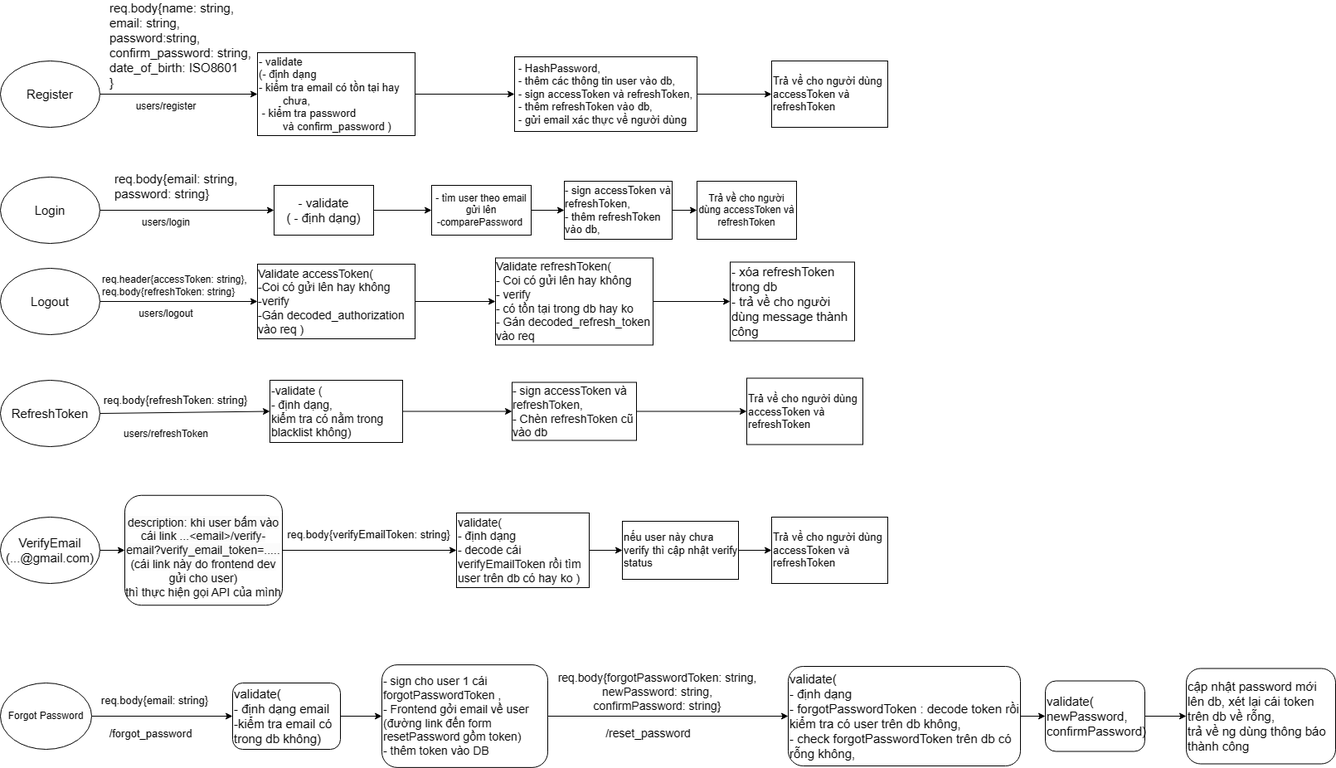
This is processes.drawio.png from nghia111/Twitter_API, a draw.io export, as it was before one commit. Source tidied: cells renumbered, new cells last; positions are measured from the earlier drawing's top-left corner, leaving out a move shared by most shapes.
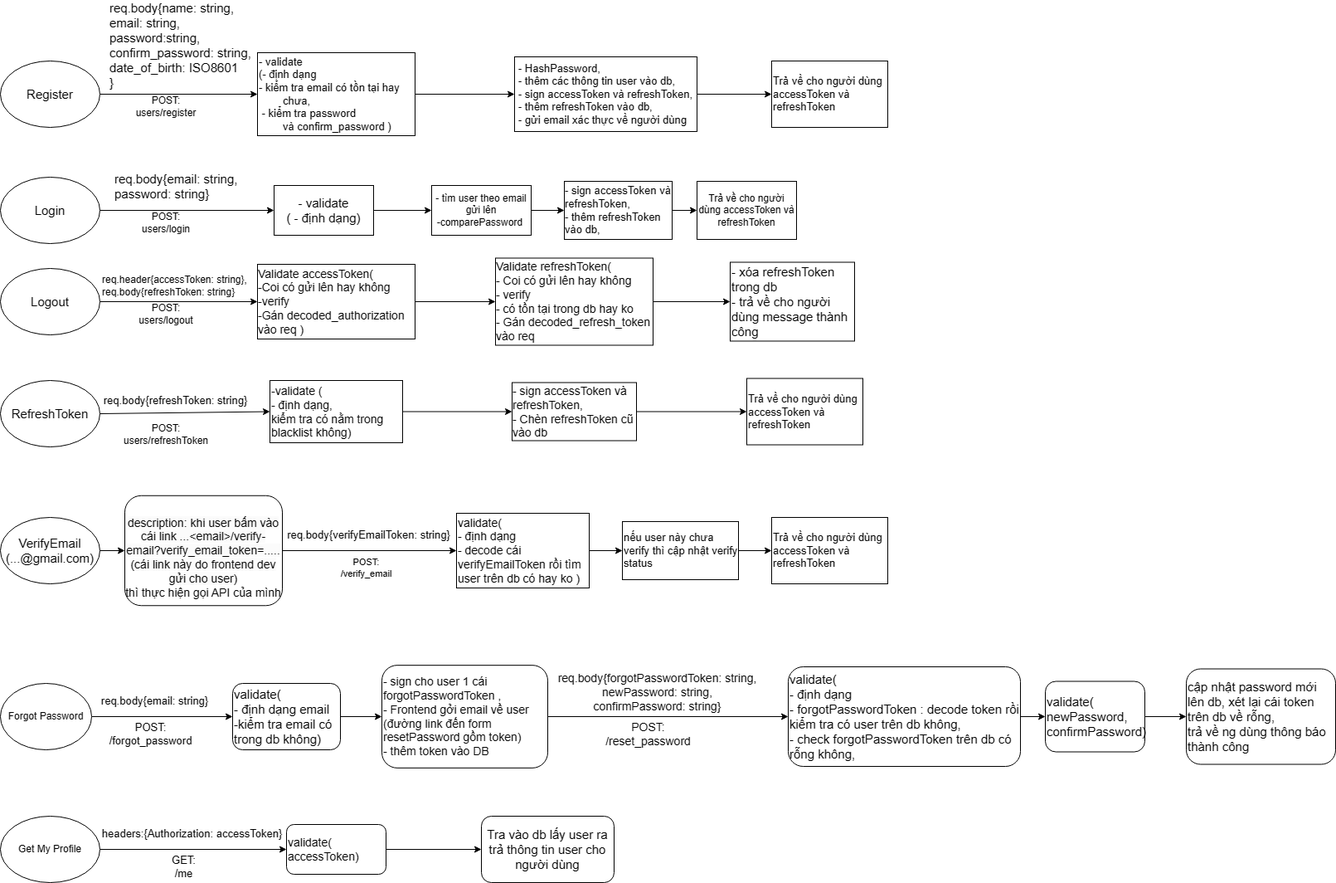
Later version of the same file.

Commit message:
Cập nhật processes.drawio.png

The edit, as a diff of the source:
```diff
@@ -100,16 +100,16 @@
         <mxPoint x="-1" y="-15" as="offset" />
       </mxGeometry>
     </mxCell>
-    <mxCell id="32" value="users/register" style="text;html=1;strokeColor=none;fillColor=none;align=center;verticalAlign=middle;whiteSpace=wrap;rounded=0;" parent="1" vertex="1">
+    <mxCell id="32" value="POST: users/register" style="text;html=1;strokeColor=none;fillColor=none;align=center;verticalAlign=middle;whiteSpace=wrap;rounded=0;" parent="1" vertex="1">
       <mxGeometry x="170" y="50" width="60" height="30" as="geometry" />
     </mxCell>
-    <mxCell id="33" value="users/login" style="text;html=1;strokeColor=none;fillColor=none;align=center;verticalAlign=middle;whiteSpace=wrap;rounded=0;" parent="1" vertex="1">
+    <mxCell id="33" value="POST: users/login" style="text;html=1;strokeColor=none;fillColor=none;align=center;verticalAlign=middle;whiteSpace=wrap;rounded=0;" parent="1" vertex="1">
       <mxGeometry x="170" y="190" width="60" height="30" as="geometry" />
     </mxCell>
-    <mxCell id="34" value="users/logout" style="text;html=1;strokeColor=none;fillColor=none;align=center;verticalAlign=middle;whiteSpace=wrap;rounded=0;" parent="1" vertex="1">
+    <mxCell id="34" value="POST: users/logout" style="text;html=1;strokeColor=none;fillColor=none;align=center;verticalAlign=middle;whiteSpace=wrap;rounded=0;" parent="1" vertex="1">
       <mxGeometry x="170" y="300" width="60" height="30" as="geometry" />
     </mxCell>
-    <mxCell id="35" value="users/refreshToken" style="text;html=1;strokeColor=none;fillColor=none;align=center;verticalAlign=middle;whiteSpace=wrap;rounded=0;" parent="1" vertex="1">
+    <mxCell id="35" value="POST: users/refreshToken" style="text;html=1;strokeColor=none;fillColor=none;align=center;verticalAlign=middle;whiteSpace=wrap;rounded=0;" parent="1" vertex="1">
       <mxGeometry x="170" y="445" width="60" height="30" as="geometry" />
     </mxCell>
     <mxCell id="36" style="endArrow=classic;html=1;rounded=0;exitX=1;exitY=0.5;exitDx=0;exitDy=0;" parent="1" edge="1" source="29" target="37">
@@ -138,6 +138,11 @@
         <mxPoint x="30" y="-20" as="offset" />
       </mxGeometry>
     </mxCell>
+    <mxCell id="65" value="POST:&lt;br&gt;/verify_email" style="edgeLabel;html=1;align=center;verticalAlign=middle;" parent="42" vertex="1">
+      <mxGeometry x="0.02" y="1" relative="1" as="geometry">
+        <mxPoint x="-7" y="21" as="offset" />
+      </mxGeometry>
+    </mxCell>
     <mxCell id="44" value="&lt;font style=&quot;font-size: 14px;&quot;&gt;&lt;br&gt;&lt;span style=&quot;color: rgb(0, 0, 0); font-family: Helvetica; font-style: normal; font-variant-ligatures: normal; font-variant-caps: normal; font-weight: 400; letter-spacing: normal; orphans: 2; text-align: left; text-indent: 0px; text-transform: none; widows: 2; word-spacing: 0px; -webkit-text-stroke-width: 0px; background-color: rgb(251, 251, 251); text-decoration-thickness: initial; text-decoration-style: initial; text-decoration-color: initial; float: none; display: inline !important;&quot;&gt;description: khi user bấm vào cái link ...&amp;lt;email&amp;gt;/verify-email?verify_email_token=.....&lt;/span&gt;&lt;br style=&quot;border-color: var(--border-color); color: rgb(0, 0, 0); font-family: Helvetica; font-style: normal; font-variant-ligatures: normal; font-variant-caps: normal; font-weight: 400; letter-spacing: normal; orphans: 2; text-align: left; text-indent: 0px; text-transform: none; widows: 2; word-spacing: 0px; -webkit-text-stroke-width: 0px; background-color: rgb(251, 251, 251); text-decoration-thickness: initial; text-decoration-style: initial; text-decoration-color: initial;&quot;&gt;&lt;span style=&quot;color: rgb(0, 0, 0); font-family: Helvetica; font-style: normal; font-variant-ligatures: normal; font-variant-caps: normal; font-weight: 400; letter-spacing: normal; orphans: 2; text-align: left; text-indent: 0px; text-transform: none; widows: 2; word-spacing: 0px; -webkit-text-stroke-width: 0px; background-color: rgb(251, 251, 251); text-decoration-thickness: initial; text-decoration-style: initial; text-decoration-color: initial; float: none; display: inline !important;&quot;&gt;(cái link này do frontend dev gửi cho user)&lt;br&gt;&lt;/span&gt;thì thực hiện gọi API của mình&lt;/font&gt;" style="rounded=1;whiteSpace=wrap;html=1;" parent="1" vertex="1">
       <mxGeometry x="150" y="533.8" width="190" height="132.5" as="geometry" />
     </mxCell>
@@ -173,7 +178,7 @@
     <mxCell id="54" value="&lt;font style=&quot;font-size: 15px;&quot;&gt;validate(&lt;br&gt;- định dạng email&lt;br&gt;-kiểm tra email có trong db không)&lt;/font&gt;" style="rounded=1;whiteSpace=wrap;html=1;align=left;" parent="1" vertex="1">
       <mxGeometry x="280" y="760" width="130" height="80" as="geometry" />
     </mxCell>
-    <mxCell id="55" value="&lt;font style=&quot;font-size: 13px;&quot;&gt;/forgot_password&lt;/font&gt;" style="edgeLabel;html=1;align=center;verticalAlign=middle;" parent="1" vertex="1">
+    <mxCell id="55" value="&lt;font style=&quot;font-size: 13px;&quot;&gt;POST:&lt;br&gt;/forgot_password&lt;/font&gt;" style="edgeLabel;html=1;align=center;verticalAlign=middle;" parent="1" vertex="1">
       <mxGeometry x="180" y="820" as="geometry" />
     </mxCell>
     <mxCell id="56" style="edgeStyle=orthogonalEdgeStyle;rounded=0;jettySize=auto;html=1;entryX=0;entryY=0.5;entryDx=0;entryDy=0;" parent="1" edge="1" source="59" target="61">
@@ -184,7 +189,7 @@
         <mxPoint x="14" y="-33" as="offset" />
       </mxGeometry>
     </mxCell>
-    <mxCell id="58" value="&lt;font style=&quot;font-size: 14px;&quot;&gt;/reset_password&lt;/font&gt;" style="edgeLabel;html=1;align=center;verticalAlign=middle;" parent="56" vertex="1">
+    <mxCell id="58" value="&lt;font style=&quot;font-size: 14px;&quot;&gt;POST: &lt;br&gt;/reset_password&lt;/font&gt;" style="edgeLabel;html=1;align=center;verticalAlign=middle;" parent="56" vertex="1">
       <mxGeometry x="0.52" y="4" relative="1" as="geometry">
         <mxPoint x="-101" y="24" as="offset" />
       </mxGeometry>
@@ -207,5 +212,30 @@
     <mxCell id="64" value="&lt;font style=&quot;font-size: 15px;&quot;&gt;cập nhật password mới lên db, xét lại cái token trên db về rỗng,&lt;br&gt;trả về ng dùng thông báo thành công&lt;/font&gt;" style="whiteSpace=wrap;html=1;align=left;rounded=1;" parent="1" vertex="1">
       <mxGeometry x="1430" y="742.5" width="180" height="115" as="geometry" />
     </mxCell>
+    <mxCell id="66" style="edgeStyle=orthogonalEdgeStyle;rounded=0;jettySize=auto;html=1;entryX=0;entryY=0.5;entryDx=0;entryDy=0;" parent="1" edge="1" source="69" target="71">
+      <mxGeometry relative="1" as="geometry" />
+    </mxCell>
+    <mxCell id="67" value="&lt;font style=&quot;font-size: 13px;&quot;&gt;headers:{Authorization: accessToken}&lt;/font&gt;" style="edgeLabel;html=1;align=center;verticalAlign=middle;" parent="66" vertex="1">
+      <mxGeometry x="0.02" y="-2" relative="1" as="geometry">
+        <mxPoint x="-5" y="-22" as="offset" />
+      </mxGeometry>
+    </mxCell>
+    <mxCell id="68" value="&lt;font style=&quot;font-size: 13px;&quot;&gt;GET: &lt;br&gt;/me&lt;/font&gt;" style="edgeLabel;html=1;align=center;verticalAlign=middle;" parent="66" vertex="1">
+      <mxGeometry x="0.08" y="2" relative="1" as="geometry">
+        <mxPoint x="-22" y="22" as="offset" />
+      </mxGeometry>
+    </mxCell>
+    <mxCell id="69" value="Get My Profile" style="ellipse;whiteSpace=wrap;html=1;" parent="1" vertex="1">
+      <mxGeometry y="920" width="120" height="80" as="geometry" />
+    </mxCell>
+    <mxCell id="70" style="edgeStyle=orthogonalEdgeStyle;rounded=0;jettySize=auto;html=1;" parent="1" edge="1" source="71" target="72">
+      <mxGeometry relative="1" as="geometry" />
+    </mxCell>
+    <mxCell id="71" value="&lt;font style=&quot;font-size: 14px;&quot;&gt;validate(&lt;br&gt;accessToken)&lt;/font&gt;" style="rounded=1;whiteSpace=wrap;html=1;align=left;" parent="1" vertex="1">
+      <mxGeometry x="345" y="930" width="120" height="60" as="geometry" />
+    </mxCell>
+    <mxCell id="72" value="&lt;font style=&quot;font-size: 15px;&quot;&gt;Tra vào db lấy user ra trả thông tin user cho người dùng&lt;/font&gt;" style="whiteSpace=wrap;html=1;rounded=1;" parent="1" vertex="1">
+      <mxGeometry x="580" y="920" width="160" height="80" as="geometry" />
+    </mxCell>
   </root>
 </mxGraphModel>
```
